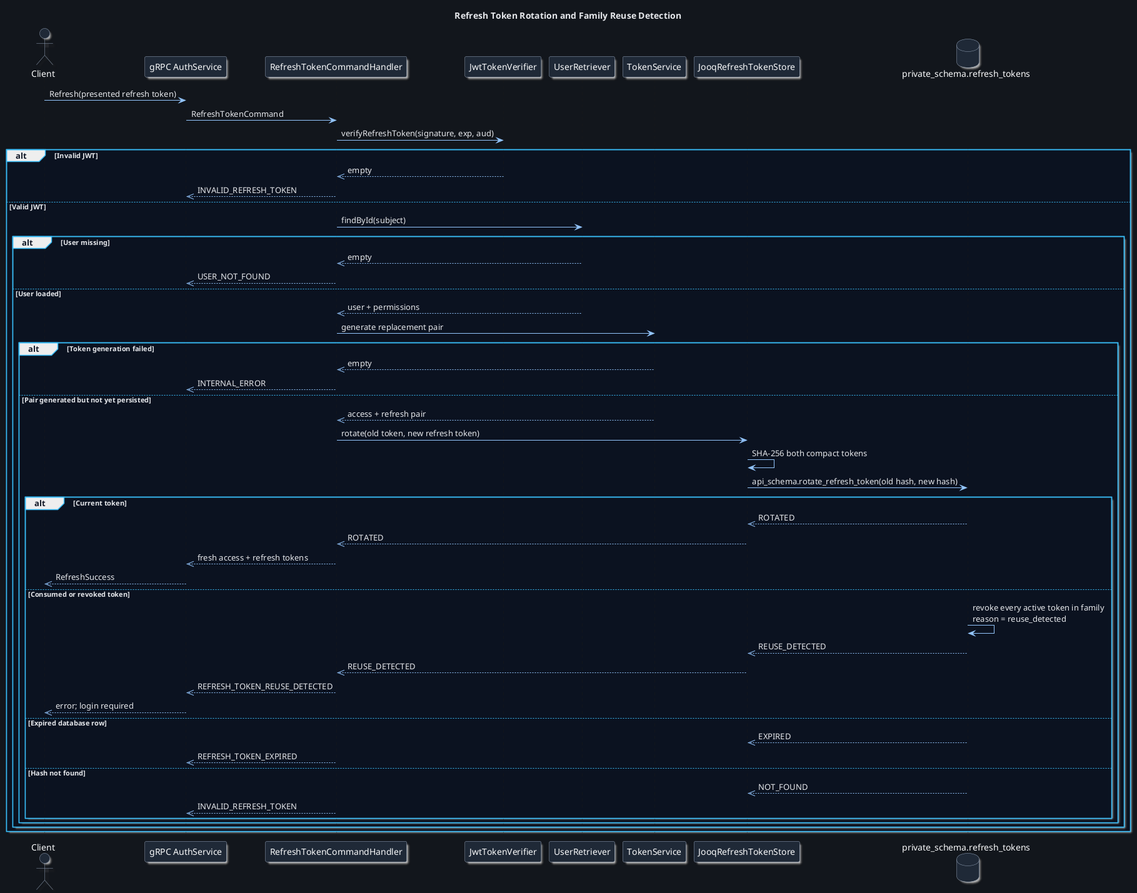
Earlier version of the PlantUML export design/authentication/RefreshRotation.png (OODesigns/central-auth-service).
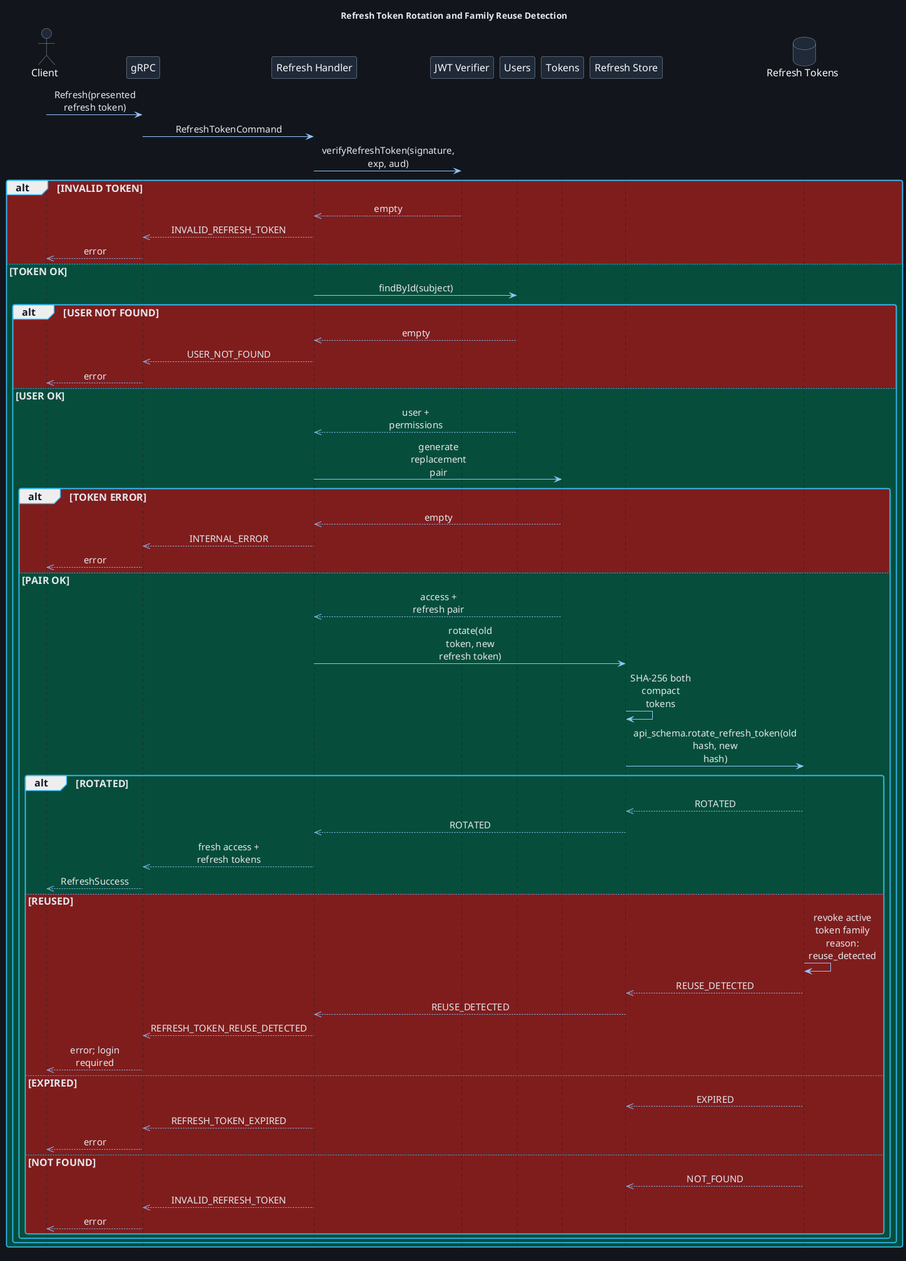
The same diagram one commit later.

Change to the diagram source:
```diff
@@ -1,55 +1,61 @@
 @startuml RefreshRotation
 !include ../themes/dark-theme.puml
 title Refresh Token Rotation and Family Reuse Detection
+hide footbox
 
 actor Client
-participant "gRPC AuthService" as Grpc
-participant "RefreshTokenCommandHandler" as Handler
-participant "JwtTokenVerifier" as Verifier
-participant "UserRetriever" as Users
-participant "TokenService" as Tokens
-participant "JooqRefreshTokenStore" as Store
-database "private_schema.refresh_tokens" as Db
+participant "gRPC" as Grpc
+participant "Refresh Handler" as Handler
+participant "JWT Verifier" as Verifier
+participant "Users" as Users
+participant "Tokens" as Tokens
+participant "Refresh Store" as Store
+database "Refresh Tokens" as Db
 
 Client -> Grpc: Refresh(presented refresh token)
 Grpc -> Handler: RefreshTokenCommand
 Handler -> Verifier: verifyRefreshToken(signature, exp, aud)
-alt Invalid JWT
+alt #7f1d1d INVALID TOKEN
   Verifier -->> Handler: empty
   Handler -->> Grpc: INVALID_REFRESH_TOKEN
-else Valid JWT
+  Grpc -->> Client: error
+else #064e3b TOKEN OK
   Handler -> Users: findById(subject)
-  alt User missing
+  alt #7f1d1d USER NOT FOUND
     Users -->> Handler: empty
     Handler -->> Grpc: USER_NOT_FOUND
-  else User loaded
+    Grpc -->> Client: error
+  else #064e3b USER OK
     Users -->> Handler: user + permissions
     Handler -> Tokens: generate replacement pair
-    alt Token generation failed
+    alt #7f1d1d TOKEN ERROR
       Tokens -->> Handler: empty
       Handler -->> Grpc: INTERNAL_ERROR
-    else Pair generated but not yet persisted
+      Grpc -->> Client: error
+    else #064e3b PAIR OK
       Tokens -->> Handler: access + refresh pair
       Handler -> Store: rotate(old token, new refresh token)
       Store -> Store: SHA-256 both compact tokens
       Store -> Db: api_schema.rotate_refresh_token(old hash, new hash)
-      alt Current token
+      alt #064e3b ROTATED
         Db -->> Store: ROTATED
         Store -->> Handler: ROTATED
         Handler -->> Grpc: fresh access + refresh tokens
         Grpc -->> Client: RefreshSuccess
-      else Consumed or revoked token
-        Db -> Db: revoke every active token in family\nreason = reuse_detected
+      else #7f1d1d REUSED
+        Db -> Db: revoke active token family\nreason: reuse_detected
         Db -->> Store: REUSE_DETECTED
         Store -->> Handler: REUSE_DETECTED
         Handler -->> Grpc: REFRESH_TOKEN_REUSE_DETECTED
         Grpc -->> Client: error; login required
-      else Expired database row
+      else #7f1d1d EXPIRED
         Db -->> Store: EXPIRED
         Handler -->> Grpc: REFRESH_TOKEN_EXPIRED
-      else Hash not found
+        Grpc -->> Client: error
+      else #7f1d1d NOT FOUND
         Db -->> Store: NOT_FOUND
         Handler -->> Grpc: INVALID_REFRESH_TOKEN
+        Grpc -->> Client: error
       end
     end
   end
```
